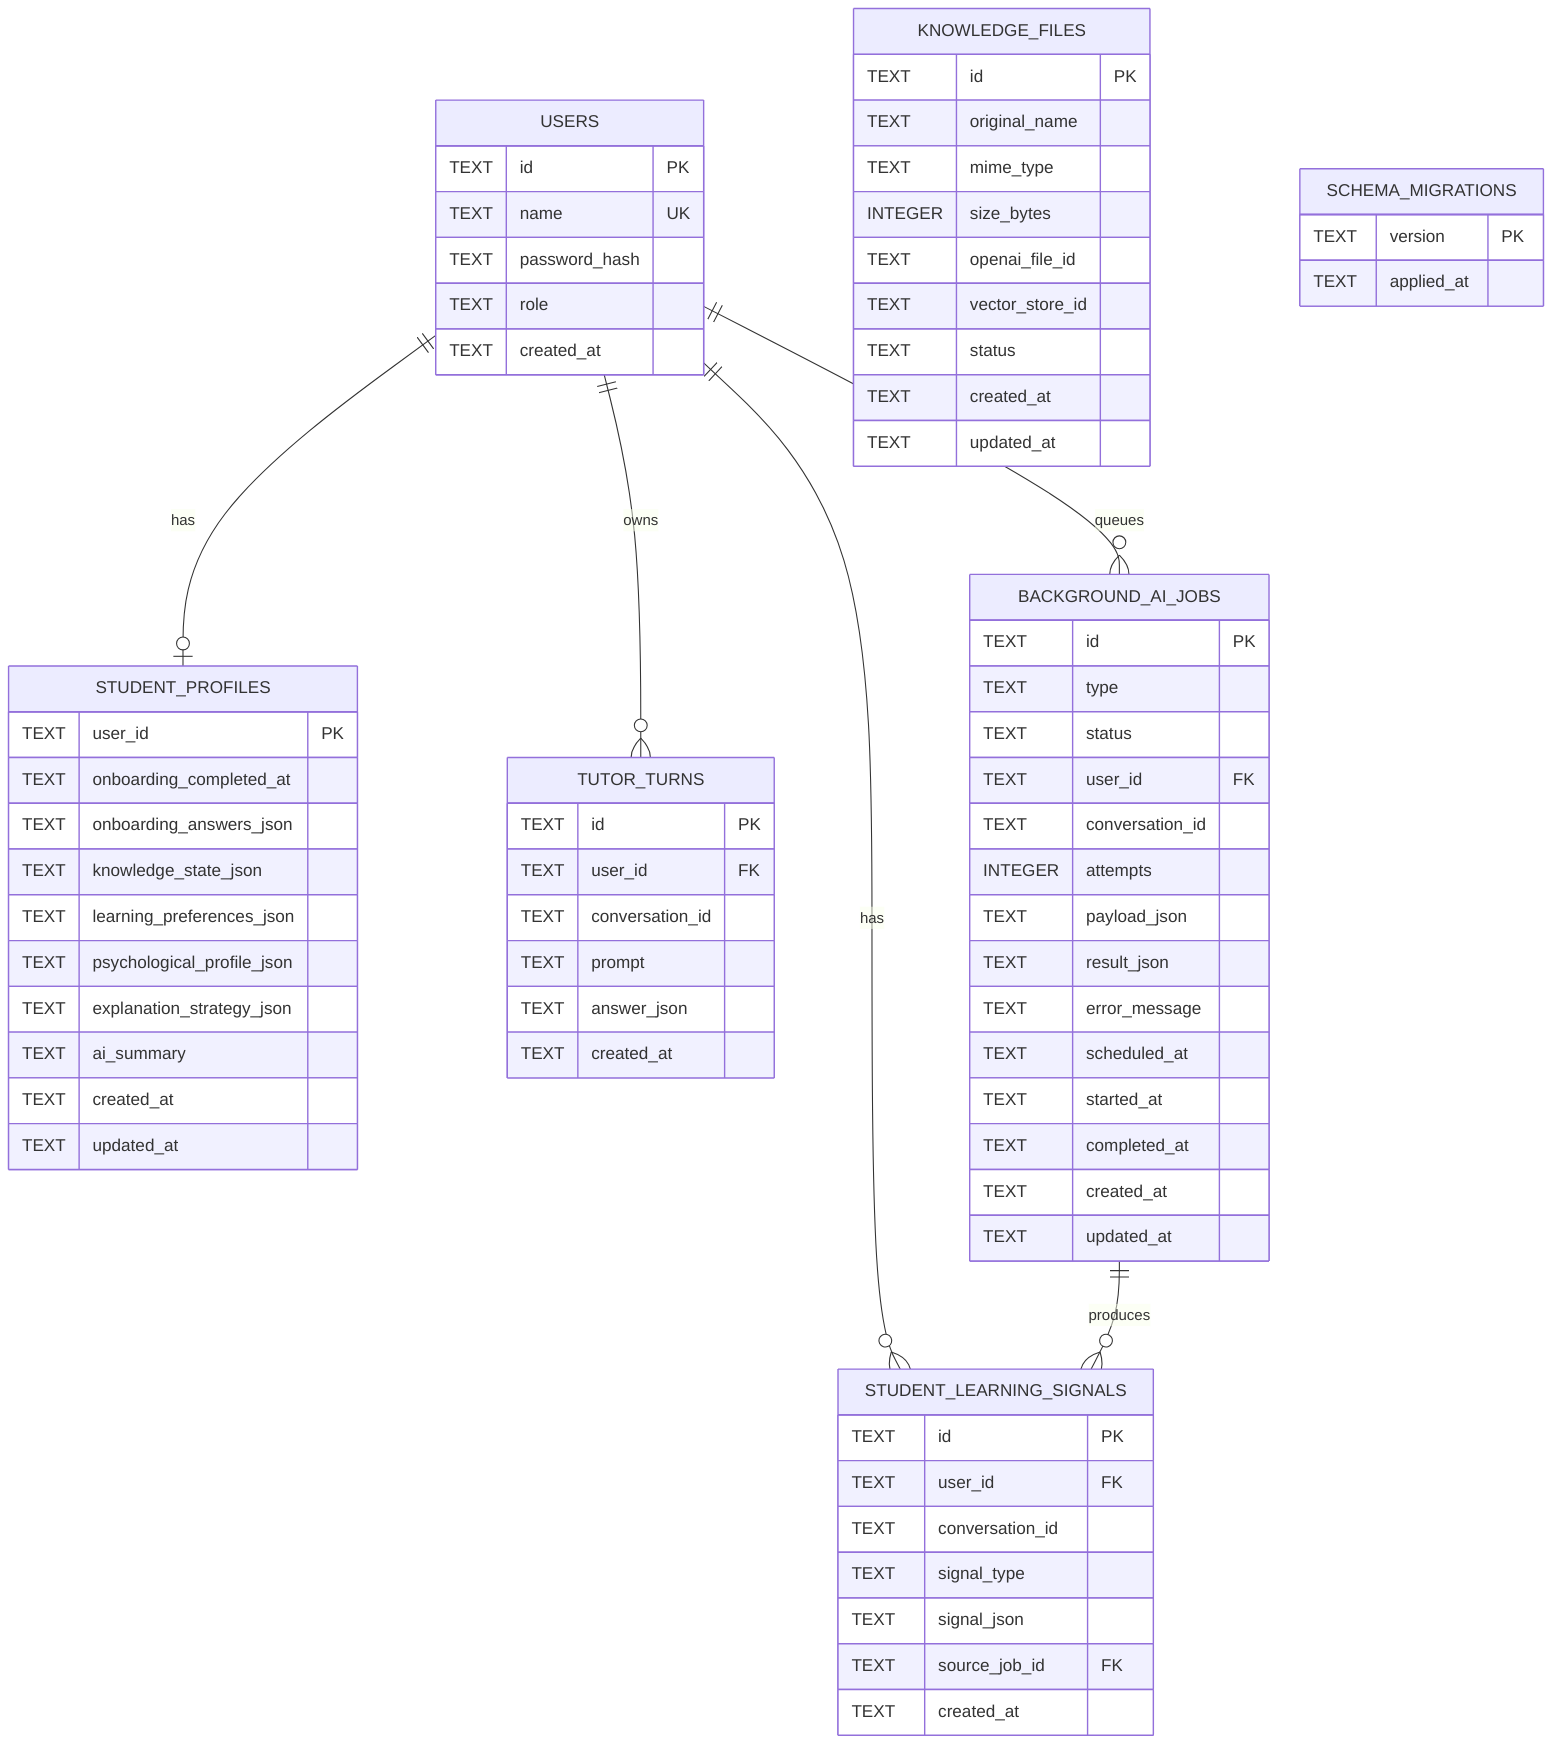
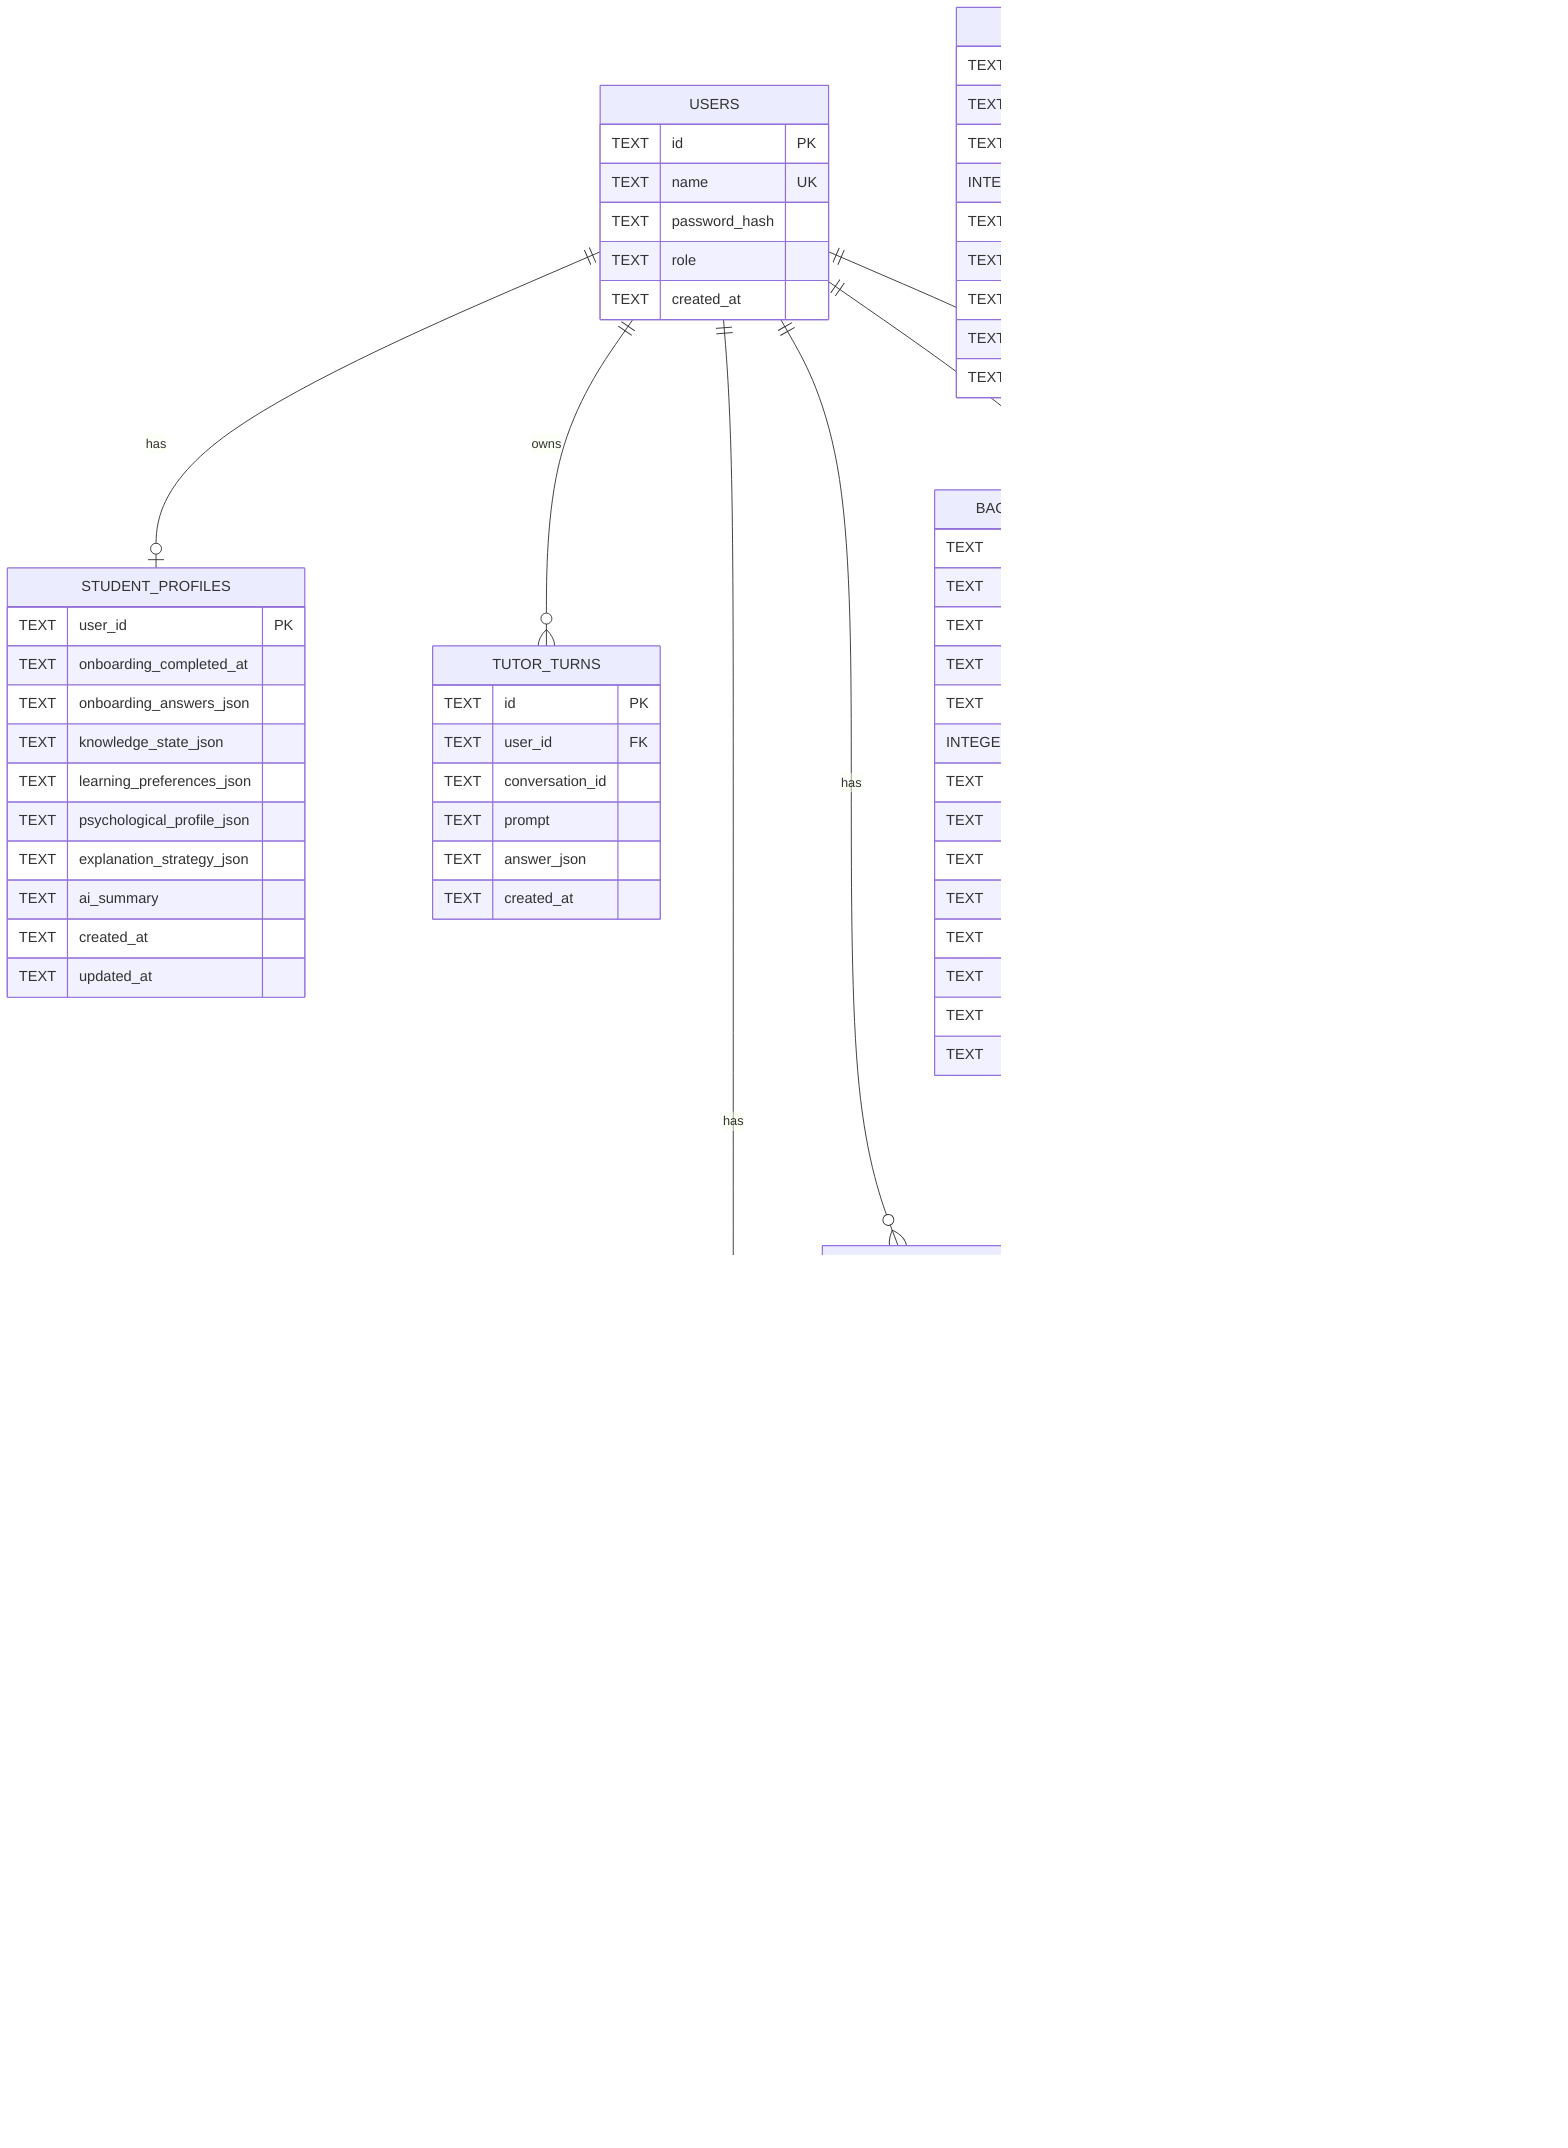
erDiagram
  USERS {
    TEXT id PK
    TEXT name UK
    TEXT password_hash
    TEXT role
    TEXT created_at
  }

  KNOWLEDGE_FILES {
    TEXT id PK
    TEXT original_name
    TEXT mime_type
    INTEGER size_bytes
    TEXT openai_file_id
    TEXT vector_store_id
    TEXT status
    TEXT created_at
    TEXT updated_at
  }

  SCHEMA_MIGRATIONS {
    TEXT version PK
    TEXT applied_at
  }

  STUDENT_PROFILES {
    TEXT user_id PK
    TEXT onboarding_completed_at
    TEXT onboarding_answers_json
    TEXT knowledge_state_json
    TEXT learning_preferences_json
    TEXT psychological_profile_json
    TEXT explanation_strategy_json
    TEXT ai_summary
    TEXT created_at
    TEXT updated_at
  }

  TUTOR_TURNS {
    TEXT id PK
    TEXT user_id FK
    TEXT conversation_id
    TEXT prompt
    TEXT answer_json
    TEXT created_at
  }

  BACKGROUND_AI_JOBS {
    TEXT id PK
    TEXT type
    TEXT status
    TEXT user_id FK
    TEXT conversation_id
    INTEGER attempts
    TEXT payload_json
    TEXT result_json
    TEXT error_message
    TEXT scheduled_at
    TEXT started_at
    TEXT completed_at
    TEXT created_at
    TEXT updated_at
  }

+   BACKGROUND_LEARNING_OBSERVATIONS {
+     TEXT id PK
+     TEXT user_id FK
+     TEXT conversation_id
+     TEXT source
+     TEXT observation_json
+     TEXT status
+     TEXT window_id FK
+     TEXT created_at
+     TEXT updated_at
+   }
+ 
+   BACKGROUND_ANALYSIS_WINDOWS {
+     TEXT id PK
+     TEXT user_id FK
+     TEXT conversation_id
+     TEXT status
+     TEXT trigger_reason
+     INTEGER observation_count
+     TEXT observation_ids_json
+     TEXT result_json
+     TEXT source_job_id FK
+     TEXT created_at
+     TEXT completed_at
+   }
+ 
  STUDENT_LEARNING_SIGNALS {
    TEXT id PK
    TEXT user_id FK
    TEXT conversation_id
    TEXT signal_type
    TEXT signal_json
    TEXT source_job_id FK
    TEXT created_at
  }

  USERS ||--o| STUDENT_PROFILES : has
  USERS ||--o{ TUTOR_TURNS : owns
  USERS ||--o{ BACKGROUND_AI_JOBS : queues
+   USERS ||--o{ BACKGROUND_LEARNING_OBSERVATIONS : has
+   USERS ||--o{ BACKGROUND_ANALYSIS_WINDOWS : has
  USERS ||--o{ STUDENT_LEARNING_SIGNALS : has
+   BACKGROUND_ANALYSIS_WINDOWS ||--o{ BACKGROUND_LEARNING_OBSERVATIONS : groups
+   BACKGROUND_AI_JOBS ||--o{ BACKGROUND_ANALYSIS_WINDOWS : runs
  BACKGROUND_AI_JOBS ||--o{ STUDENT_LEARNING_SIGNALS : produces
